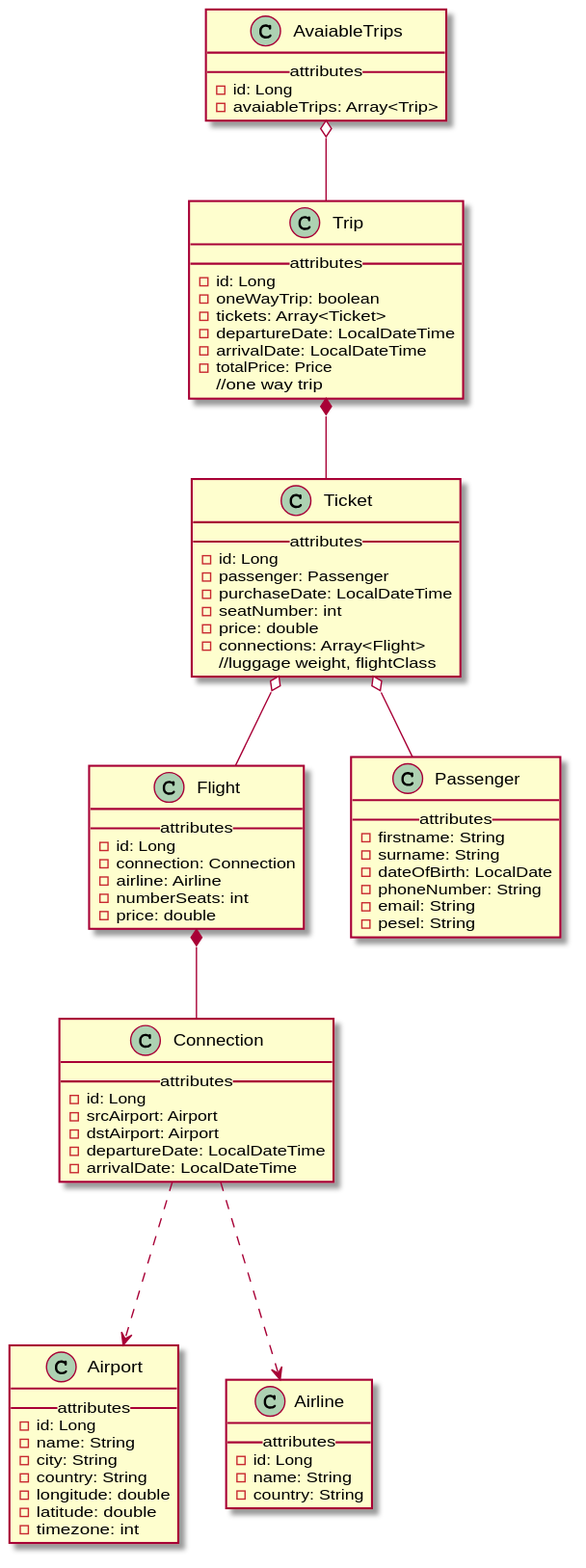
Earlier version of the PlantUML export diagrams/entities/entities.svg (wydra98/Flight-booking-backend).
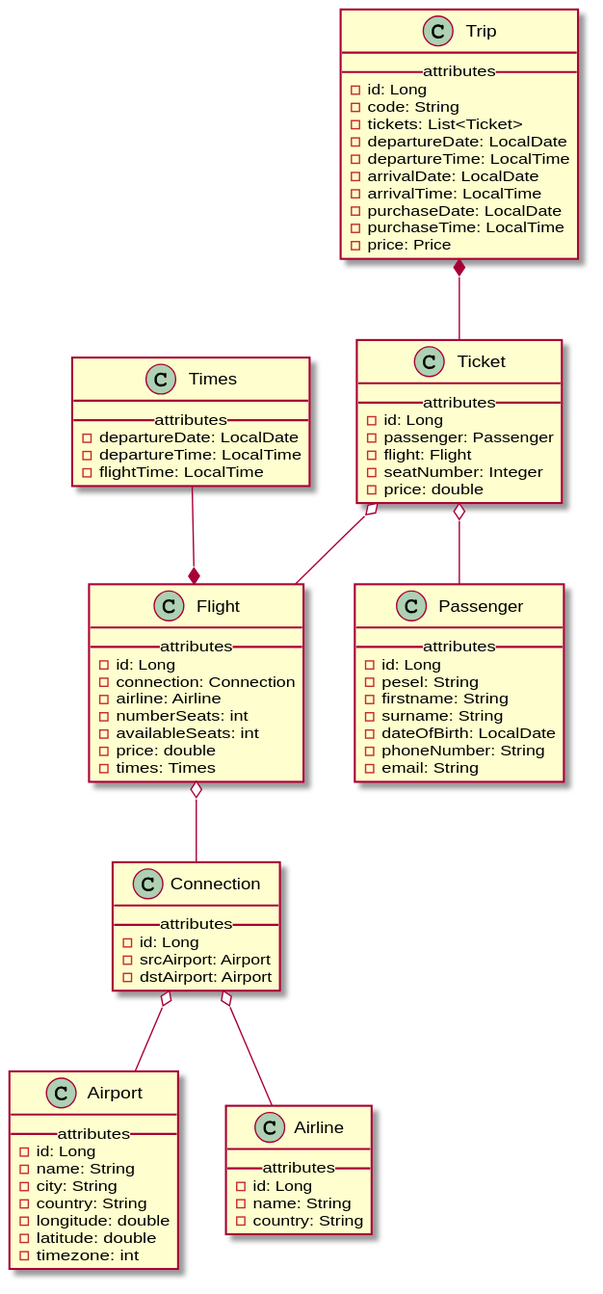
Later version of the same file.

The edit, as a diff of the source:
```diff
@@ -22,8 +22,6 @@
   - id: Long
   - srcAirport: Airport
   - dstAirport: Airport
-  - departureDate: LocalDateTime
-  - arrivalDate: LocalDateTime
 }
 
 class Flight {
@@ -32,52 +30,57 @@
   - connection: Connection
   - airline: Airline
   - numberSeats: int
+  - availableSeats: int
   - price: double
+  - times: Times
+}
+
+class Times {
+  __ attributes __
+  - departureDate: LocalDate
+  - departureTime: LocalTime
+  - flightTime: LocalTime
 }
 
 class Ticket {
   __ attributes __
   - id: Long
   - passenger: Passenger
-  - purchaseDate: LocalDateTime
-  - seatNumber: int
+  - flight: Flight
+  - seatNumber: Integer
   - price: double
-  - connections: Array<Flight>
-  //luggage weight, flightClass
 }
 
 class Passenger {
   __ attributes __
+  -id: Long
+  -pesel: String
   -firstname: String
   -surname: String
   -dateOfBirth: LocalDate
   -phoneNumber: String
   -email: String
-  -pesel: String
 }
 
 class Trip {
   __ attributes __
   - id: Long
-  - oneWayTrip: boolean
-  - tickets: Array<Ticket>
-  - departureDate: LocalDateTime
-  - arrivalDate: LocalDateTime
-  - totalPrice: Price
-  //one way trip
+  - code: String
+  - tickets: List<Ticket>
+  - departureDate: LocalDate
+  - departureTime: LocalTime
+  - arrivalDate: LocalDate
+  - arrivalTime: LocalTime
+  - purchaseDate: LocalDate
+  - purchaseTime: LocalTime
+  - price: Price
 }
 
-class AvaiableTrips {
-  __ attributes __
-  - id: Long
-  - avaiableTrips: Array<Trip>
-}
-
-Connection --.> Airline
-Connection --.> Airport
-Flight *-- Connection
+Connection o-- Airline
+Connection o-- Airport
+Times --* Flight
+Flight o-- Connection
 Ticket o-- Passenger
 Ticket o-- Flight
 Trip *-- Ticket
-AvaiableTrips o-- Trip
 @enduml
```
